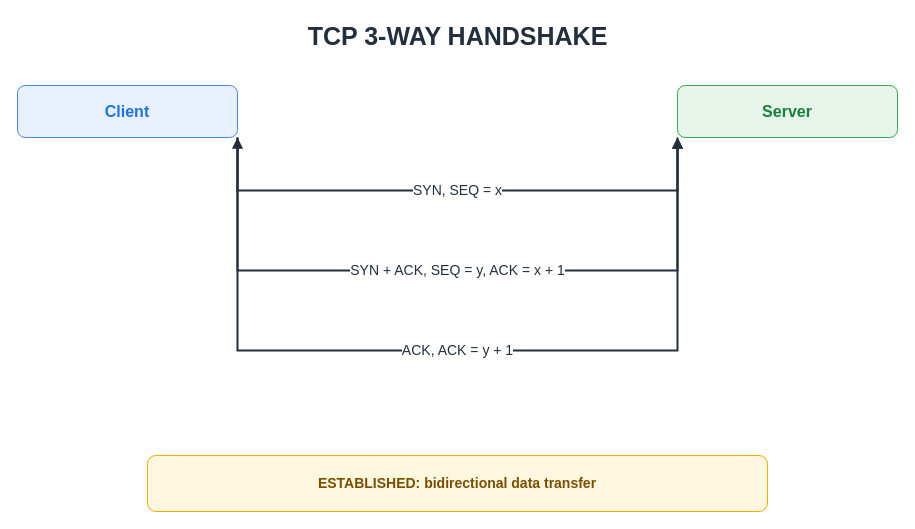
Above: assets/img/network/tcp-3-way-handshake.drawio in KKamJi98/kkamji98.github.io (draw.io), before the change. Source tidied: cells renumbered, new cells numbered last; positions are measured from the earlier drawing's top-left corner, leaving out a move shared by most shapes. Both pictures are drawn from the tidied source at 100%, with x=0, y=0 at pixel (17, 17).
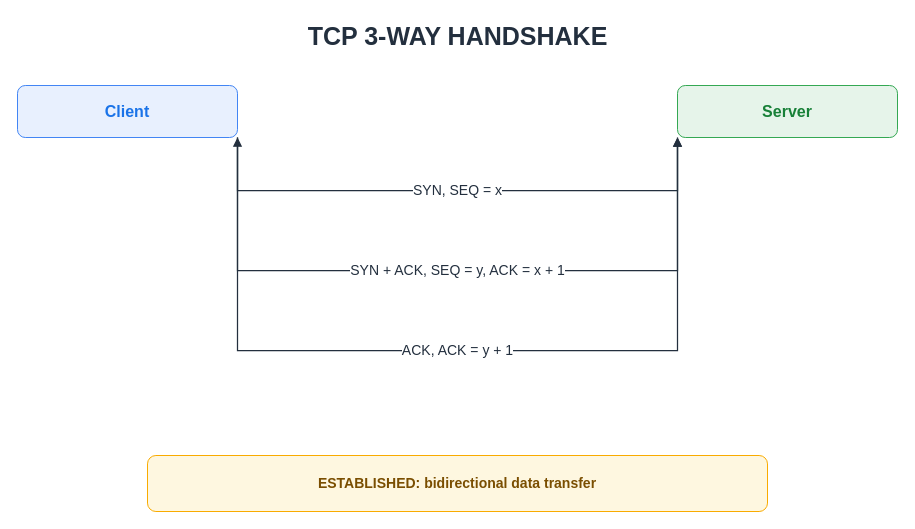
Above is the later version.

The edit, as a diff of the source:
```diff
@@
 <mxGraphModel background="#FFFFFF">
   <root>
     <mxCell id="0" />
     <mxCell id="1" parent="0" />
     <mxCell id="2" value="TCP 3-WAY HANDSHAKE" style="text;html=1;strokeColor=none;fillColor=none;align=center;verticalAlign=middle;fontSize=25;fontStyle=1;fontColor=#232F3E;" parent="1" vertex="1">
       <mxGeometry x="90" width="700" height="36" as="geometry" />
     </mxCell>
     <mxCell id="3" value="Client" style="rounded=1;whiteSpace=wrap;html=1;fillColor=#E8F0FE;strokeColor=#4285F4;fontStyle=1;fontSize=16;fontColor=#1A73E8;shadow=0;" parent="1" vertex="1">
       <mxGeometry y="68" width="220" height="52" as="geometry" />
     </mxCell>
     <mxCell id="4" value="Server" style="rounded=1;whiteSpace=wrap;html=1;fillColor=#E6F4EA;strokeColor=#34A853;fontStyle=1;fontSize=16;fontColor=#188038;shadow=0;" parent="1" vertex="1">
       <mxGeometry x="660" y="68" width="220" height="52" as="geometry" />
     </mxCell>
     <mxCell id="5" style="shape=line;strokeColor=#5F6368;fontColor=#5F6368;dashed=1;dashPattern=4 4;strokeWidth=1;" parent="1" vertex="1">
       <mxGeometry x="110" y="120" height="280" as="geometry" />
     </mxCell>
     <mxCell id="6" style="shape=line;strokeColor=#5F6368;fontColor=#5F6368;dashed=1;dashPattern=4 4;strokeWidth=1;" parent="1" vertex="1">
       <mxGeometry x="770" y="120" height="280" as="geometry" />
     </mxCell>
-    <mxCell id="7" value="SYN, SEQ = x" style="edgeStyle=orthogonalEdgeStyle;rounded=0;html=1;endArrow=block;endFill=1;strokeWidth=2;strokeColor=#232F3E;fontColor=#232F3E;fontSize=14;labelBackgroundColor=#FFFFFF;" parent="1" edge="1" source="3" target="4">
+    <mxCell id="7" value="SYN, SEQ = x" style="edgeStyle=orthogonalEdgeStyle;rounded=0;html=1;endArrow=block;endFill=1;strokeWidth=1.25;strokeColor=#232F3E;fontColor=#232F3E;fontSize=14;labelBackgroundColor=#FFFFFF;" parent="1" edge="1" source="3" target="4">
       <mxGeometry relative="1" as="geometry">
         <Array as="points">
           <mxPoint x="220" y="173" />
           <mxPoint x="660" y="173" />
         </Array>
       </mxGeometry>
     </mxCell>
-    <mxCell id="8" value="SYN + ACK, SEQ = y, ACK = x + 1" style="edgeStyle=orthogonalEdgeStyle;rounded=0;html=1;endArrow=block;endFill=1;strokeWidth=2;strokeColor=#232F3E;fontColor=#232F3E;fontSize=14;labelBackgroundColor=#FFFFFF;" parent="1" edge="1" source="4" target="3">
+    <mxCell id="8" value="SYN + ACK, SEQ = y, ACK = x + 1" style="edgeStyle=orthogonalEdgeStyle;rounded=0;html=1;endArrow=block;endFill=1;strokeWidth=1.25;strokeColor=#232F3E;fontColor=#232F3E;fontSize=14;labelBackgroundColor=#FFFFFF;" parent="1" edge="1" source="4" target="3">
       <mxGeometry relative="1" as="geometry">
         <Array as="points">
           <mxPoint x="660" y="253" />
           <mxPoint x="220" y="253" />
         </Array>
       </mxGeometry>
     </mxCell>
-    <mxCell id="9" value="ACK, ACK = y + 1" style="edgeStyle=orthogonalEdgeStyle;rounded=0;html=1;endArrow=block;endFill=1;strokeWidth=2;strokeColor=#232F3E;fontColor=#232F3E;fontSize=14;labelBackgroundColor=#FFFFFF;" parent="1" edge="1" source="3" target="4">
+    <mxCell id="9" value="ACK, ACK = y + 1" style="edgeStyle=orthogonalEdgeStyle;rounded=0;html=1;endArrow=block;endFill=1;strokeWidth=1.25;strokeColor=#232F3E;fontColor=#232F3E;fontSize=14;labelBackgroundColor=#FFFFFF;" parent="1" edge="1" source="3" target="4">
       <mxGeometry relative="1" as="geometry">
         <Array as="points">
           <mxPoint x="220" y="333" />
           <mxPoint x="660" y="333" />
         </Array>
       </mxGeometry>
     </mxCell>
     <mxCell id="10" value="ESTABLISHED: bidirectional data transfer" style="rounded=1;whiteSpace=wrap;html=1;fillColor=#FEF7E0;strokeColor=#F9AB00;fontStyle=1;fontSize=14;fontColor=#7A4E00;shadow=0;" parent="1" vertex="1">
       <mxGeometry x="130" y="438" width="620" height="56" as="geometry" />
     </mxCell>
   </root>
 </mxGraphModel>
```
